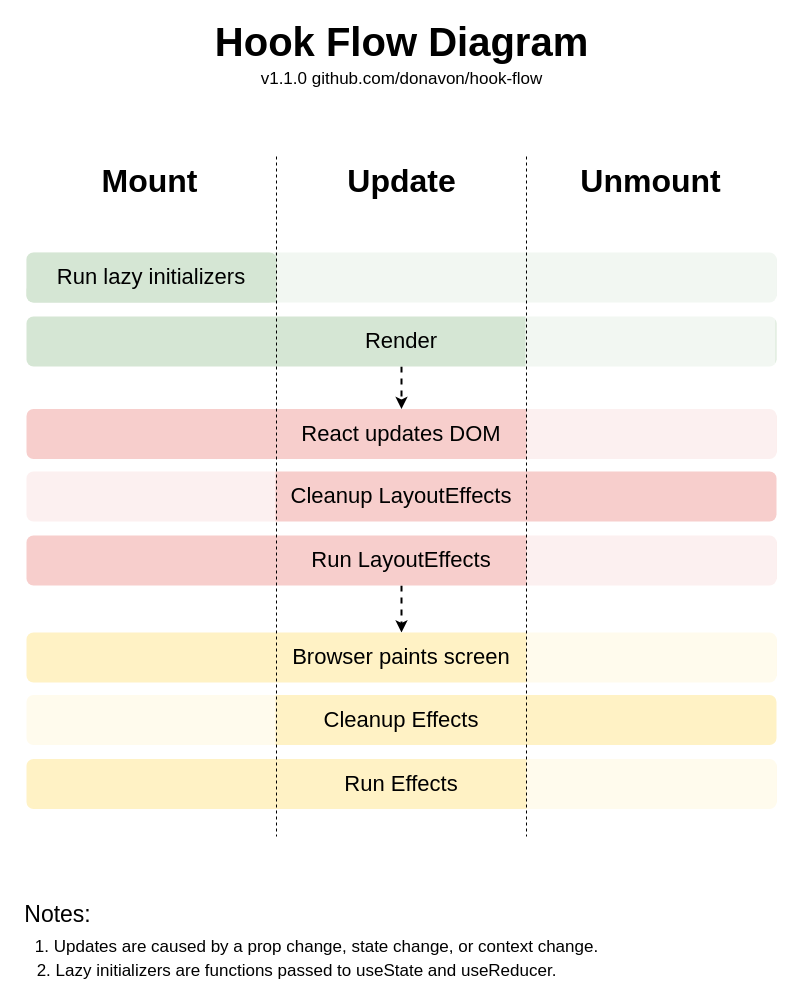
The draw.io diagram hook-flow.drawio in donavon/hook-flow, before the edit. Source tidied: cells renumbered, new cells numbered last; positions are measured from the earlier drawing's top-left corner, leaving out a move shared by most shapes. Both pictures are drawn from the tidied source at 100%, with x=0, y=0 at pixel (16, 26).
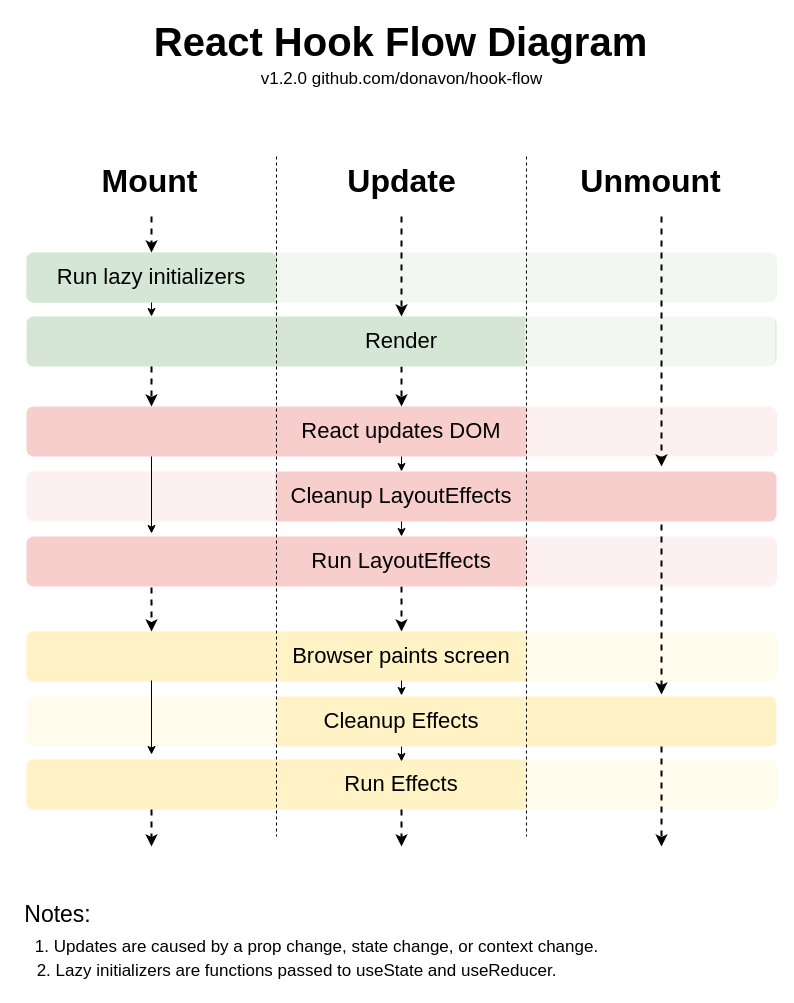
Above is the later version.

The edit, as a diff of the source:
```diff
@@
-    <mxCell id="2" value="&lt;font size=&quot;1&quot;&gt;&lt;b style=&quot;font-size: 40px&quot;&gt;Hook Flow Diagram&lt;/b&gt;&lt;/font&gt;" style="text;html=1;align=center;verticalAlign=middle;fillColor=none;strokeColor=none;rounded=0;" parent="1" vertex="1">
-      <mxGeometry x="190" width="390" height="30" as="geometry" />
+    <mxCell id="2" value="&lt;font size=&quot;1&quot;&gt;&lt;b style=&quot;font-size: 40px&quot;&gt;React Hook Flow Diagram&lt;/b&gt;&lt;/font&gt;" style="text;html=1;align=center;verticalAlign=middle;fillColor=none;strokeColor=none;rounded=0;" parent="1" vertex="1">
+      <mxGeometry x="129" width="510" height="30" as="geometry" />
     </mxCell>
@@
-    <mxCell id="6" value="v1.1.0 github.com/donavon/hook-flow&lt;br&gt;" style="text;html=1;align=center;verticalAlign=middle;fillColor=none;strokeColor=none;rounded=0;fontSize=17;" parent="1" vertex="1">
+    <mxCell id="6" value="v1.2.0 github.com/donavon/hook-flow&lt;br&gt;" style="text;html=1;align=center;verticalAlign=middle;fillColor=none;strokeColor=none;rounded=0;fontSize=17;" parent="1" vertex="1">
       <mxGeometry x="235" y="38" width="300" height="30" as="geometry" />
     </mxCell>
@@
     <mxCell id="11" value="&lt;font style=&quot;font-size: 22px&quot;&gt;React updates DOM&lt;/font&gt;" style="rounded=1;whiteSpace=wrap;html=1;absoluteArcSize=1;arcSize=14;strokeWidth=2;fontSize=17;fillColor=#f7cecc;strokeColor=none;" parent="1" vertex="1">
-      <mxGeometry x="10" y="382.5" width="750" height="50" as="geometry" />
+      <mxGeometry x="10" y="380" width="750" height="50" as="geometry" />
     </mxCell>
@@
     <mxCell id="16" value="&lt;font style=&quot;font-size: 22px&quot;&gt;Run LayoutEffects&lt;/font&gt;" style="rounded=1;whiteSpace=wrap;html=1;absoluteArcSize=1;arcSize=14;strokeWidth=2;fontSize=17;fillColor=#f7cecc;strokeColor=none;" parent="1" vertex="1">
-      <mxGeometry x="10" y="509" width="750" height="50" as="geometry" />
+      <mxGeometry x="10" y="510" width="750" height="50" as="geometry" />
     </mxCell>
@@
     <mxCell id="22" value="&lt;font style=&quot;font-size: 22px&quot;&gt;Browser paints screen&lt;/font&gt;" style="rounded=1;whiteSpace=wrap;html=1;absoluteArcSize=1;arcSize=14;strokeWidth=2;fontSize=17;fillColor=#fff2c5;strokeColor=none;" parent="1" vertex="1">
-      <mxGeometry x="10" y="606" width="750" height="50" as="geometry" />
+      <mxGeometry x="10" y="605" width="750" height="50" as="geometry" />
     </mxCell>
@@
     <mxCell id="24" value="&lt;font style=&quot;font-size: 22px&quot;&gt;Cleanup Effects&lt;/font&gt;" style="rounded=1;whiteSpace=wrap;html=1;absoluteArcSize=1;arcSize=14;strokeWidth=2;fontSize=17;fillColor=#fff2c5;strokeColor=none;" parent="1" vertex="1">
-      <mxGeometry x="10" y="668.5" width="750" height="50" as="geometry" />
+      <mxGeometry x="10" y="670" width="750" height="50" as="geometry" />
     </mxCell>
@@
     <mxCell id="26" value="&lt;font style=&quot;font-size: 22px&quot;&gt;Run Effects&lt;/font&gt;" style="rounded=1;whiteSpace=wrap;html=1;absoluteArcSize=1;arcSize=14;strokeWidth=2;fontSize=17;fillColor=#fff2c5;strokeColor=none;" parent="1" vertex="1">
-      <mxGeometry x="10" y="732.5" width="750" height="50" as="geometry" />
+      <mxGeometry x="10" y="733" width="750" height="50" as="geometry" />
     </mxCell>
@@
+    <mxCell id="32" style="edgeStyle=orthogonalEdgeStyle;rounded=0;orthogonalLoop=1;jettySize=auto;html=1;exitX=0.5;exitY=1;exitDx=0;exitDy=0;entryX=0.5;entryY=0;entryDx=0;entryDy=0;fontSize=32;dashed=1;strokeWidth=2;" parent="1" edge="1">
+      <mxGeometry relative="1" as="geometry">
+        <mxPoint x="135" y="340" as="sourcePoint" />
+        <mxPoint x="135" y="380" as="targetPoint" />
+        <Array as="points">
+          <mxPoint x="135" y="347" />
+          <mxPoint x="135" y="347" />
+        </Array>
+      </mxGeometry>
+    </mxCell>
+    <mxCell id="33" style="edgeStyle=orthogonalEdgeStyle;rounded=0;orthogonalLoop=1;jettySize=auto;html=1;exitX=0.5;exitY=1;exitDx=0;exitDy=0;entryX=0.5;entryY=0;entryDx=0;entryDy=0;fontSize=32;dashed=1;strokeWidth=2;" parent="1" edge="1">
+      <mxGeometry relative="1" as="geometry">
+        <mxPoint x="135" y="561" as="sourcePoint" />
+        <mxPoint x="135" y="605" as="targetPoint" />
+        <Array as="points">
+          <mxPoint x="135" y="568" />
+          <mxPoint x="135" y="568" />
+        </Array>
+      </mxGeometry>
+    </mxCell>
+    <mxCell id="34" style="edgeStyle=orthogonalEdgeStyle;rounded=0;orthogonalLoop=1;jettySize=auto;html=1;exitX=0.5;exitY=1;exitDx=0;exitDy=0;entryX=0.5;entryY=0;entryDx=0;entryDy=0;fontSize=32;dashed=1;strokeWidth=2;" parent="1" edge="1">
+      <mxGeometry relative="1" as="geometry">
+        <mxPoint x="135" y="783" as="sourcePoint" />
+        <mxPoint x="135" y="820" as="targetPoint" />
+        <Array as="points">
+          <mxPoint x="135" y="790" />
+          <mxPoint x="135" y="790" />
+        </Array>
+      </mxGeometry>
+    </mxCell>
+    <mxCell id="35" style="edgeStyle=orthogonalEdgeStyle;rounded=0;orthogonalLoop=1;jettySize=auto;html=1;fontSize=32;dashed=1;strokeWidth=2;" parent="1" edge="1">
+      <mxGeometry relative="1" as="geometry">
+        <mxPoint x="645" y="190" as="sourcePoint" />
+        <mxPoint x="645" y="440" as="targetPoint" />
+        <Array as="points">
+          <mxPoint x="645" y="347" />
+          <mxPoint x="645" y="347" />
+        </Array>
+      </mxGeometry>
+    </mxCell>
+    <mxCell id="36" style="edgeStyle=orthogonalEdgeStyle;rounded=0;orthogonalLoop=1;jettySize=auto;html=1;entryX=0.5;entryY=0;entryDx=0;entryDy=0;fontSize=32;dashed=1;strokeWidth=2;" parent="1" edge="1">
+      <mxGeometry relative="1" as="geometry">
+        <mxPoint x="645" y="498" as="sourcePoint" />
+        <mxPoint x="645" y="668" as="targetPoint" />
+        <Array as="points">
+          <mxPoint x="645" y="566" />
+          <mxPoint x="645" y="566" />
+        </Array>
+      </mxGeometry>
+    </mxCell>
+    <mxCell id="37" style="edgeStyle=orthogonalEdgeStyle;rounded=0;orthogonalLoop=1;jettySize=auto;html=1;exitX=0.5;exitY=1;exitDx=0;exitDy=0;entryX=0.5;entryY=0;entryDx=0;entryDy=0;fontSize=32;dashed=1;strokeWidth=2;" parent="1" edge="1">
+      <mxGeometry relative="1" as="geometry">
+        <mxPoint x="645" y="720" as="sourcePoint" />
+        <mxPoint x="645" y="820" as="targetPoint" />
+        <Array as="points">
+          <mxPoint x="645" y="787" />
+          <mxPoint x="645" y="787" />
+        </Array>
+      </mxGeometry>
+    </mxCell>
+    <mxCell id="38" style="edgeStyle=orthogonalEdgeStyle;rounded=0;orthogonalLoop=1;jettySize=auto;html=1;exitX=0.5;exitY=1;exitDx=0;exitDy=0;entryX=0.5;entryY=0;entryDx=0;entryDy=0;fontSize=32;dashed=1;strokeWidth=2;" parent="1" edge="1">
+      <mxGeometry relative="1" as="geometry">
+        <mxPoint x="385" y="190" as="sourcePoint" />
+        <mxPoint x="385" y="290" as="targetPoint" />
+      </mxGeometry>
+    </mxCell>
+    <mxCell id="39" style="edgeStyle=orthogonalEdgeStyle;rounded=0;orthogonalLoop=1;jettySize=auto;html=1;exitX=0.5;exitY=1;exitDx=0;exitDy=0;entryX=0.5;entryY=0;entryDx=0;entryDy=0;fontSize=32;dashed=1;strokeWidth=2;" parent="1" edge="1">
+      <mxGeometry relative="1" as="geometry">
+        <mxPoint x="135" y="190" as="sourcePoint" />
+        <mxPoint x="135" y="226" as="targetPoint" />
+        <Array as="points">
+          <mxPoint x="135" y="197" />
+          <mxPoint x="135" y="197" />
+        </Array>
+      </mxGeometry>
+    </mxCell>
+    <mxCell id="40" style="edgeStyle=orthogonalEdgeStyle;rounded=0;orthogonalLoop=1;jettySize=auto;html=1;exitX=0.5;exitY=1;exitDx=0;exitDy=0;entryX=0.5;entryY=0;entryDx=0;entryDy=0;fontSize=32;dashed=1;strokeWidth=2;" parent="1" edge="1">
+      <mxGeometry relative="1" as="geometry">
+        <mxPoint x="385" y="783" as="sourcePoint" />
+        <mxPoint x="385" y="820" as="targetPoint" />
+      </mxGeometry>
+    </mxCell>
+    <mxCell id="41" style="edgeStyle=orthogonalEdgeStyle;rounded=0;orthogonalLoop=1;jettySize=auto;html=1;exitX=0.5;exitY=1;exitDx=0;exitDy=0;entryX=0.5;entryY=0;entryDx=0;entryDy=0;fontSize=32;strokeWidth=1;" parent="1" edge="1">
+      <mxGeometry relative="1" as="geometry">
+        <mxPoint x="135" y="654" as="sourcePoint" />
+        <mxPoint x="135" y="728" as="targetPoint" />
+      </mxGeometry>
+    </mxCell>
+    <mxCell id="42" style="edgeStyle=orthogonalEdgeStyle;rounded=0;orthogonalLoop=1;jettySize=auto;html=1;exitX=0.5;exitY=1;exitDx=0;exitDy=0;entryX=0.5;entryY=0;entryDx=0;entryDy=0;fontSize=32;strokeWidth=1;" parent="1" edge="1">
+      <mxGeometry relative="1" as="geometry">
+        <mxPoint x="135" y="430" as="sourcePoint" />
+        <mxPoint x="135" y="507" as="targetPoint" />
+      </mxGeometry>
+    </mxCell>
+    <mxCell id="43" style="edgeStyle=orthogonalEdgeStyle;rounded=0;orthogonalLoop=1;jettySize=auto;html=1;exitX=0.5;exitY=1;exitDx=0;exitDy=0;entryX=0.5;entryY=0;entryDx=0;entryDy=0;fontSize=32;strokeWidth=1;" parent="1" edge="1">
+      <mxGeometry relative="1" as="geometry">
+        <mxPoint x="135" y="276" as="sourcePoint" />
+        <mxPoint x="135" y="290" as="targetPoint" />
+      </mxGeometry>
+    </mxCell>
+    <mxCell id="44" style="edgeStyle=orthogonalEdgeStyle;rounded=0;orthogonalLoop=1;jettySize=auto;html=1;exitX=0.5;exitY=1;exitDx=0;exitDy=0;entryX=0.5;entryY=0;entryDx=0;entryDy=0;fontSize=32;strokeWidth=1;" parent="1" edge="1">
+      <mxGeometry relative="1" as="geometry">
+        <mxPoint x="385" y="430" as="sourcePoint" />
+        <mxPoint x="385" y="445" as="targetPoint" />
+      </mxGeometry>
+    </mxCell>
+    <mxCell id="45" style="edgeStyle=orthogonalEdgeStyle;rounded=0;orthogonalLoop=1;jettySize=auto;html=1;exitX=0.5;exitY=1;exitDx=0;exitDy=0;entryX=0.5;entryY=0;entryDx=0;entryDy=0;fontSize=32;strokeWidth=1;" parent="1" edge="1">
+      <mxGeometry relative="1" as="geometry">
+        <mxPoint x="385" y="495" as="sourcePoint" />
+        <mxPoint x="385" y="510" as="targetPoint" />
+      </mxGeometry>
+    </mxCell>
+    <mxCell id="46" style="edgeStyle=orthogonalEdgeStyle;rounded=0;orthogonalLoop=1;jettySize=auto;html=1;exitX=0.5;exitY=1;exitDx=0;exitDy=0;entryX=0.5;entryY=0;entryDx=0;entryDy=0;fontSize=32;strokeWidth=1;" parent="1" edge="1">
+      <mxGeometry relative="1" as="geometry">
+        <mxPoint x="385" y="654" as="sourcePoint" />
+        <mxPoint x="385" y="669" as="targetPoint" />
+      </mxGeometry>
+    </mxCell>
+    <mxCell id="47" style="edgeStyle=orthogonalEdgeStyle;rounded=0;orthogonalLoop=1;jettySize=auto;html=1;exitX=0.5;exitY=1;exitDx=0;exitDy=0;entryX=0.5;entryY=0;entryDx=0;entryDy=0;fontSize=32;strokeWidth=1;" parent="1" edge="1">
+      <mxGeometry relative="1" as="geometry">
+        <mxPoint x="385" y="720" as="sourcePoint" />
+        <mxPoint x="385" y="735" as="targetPoint" />
+      </mxGeometry>
+    </mxCell>
```
